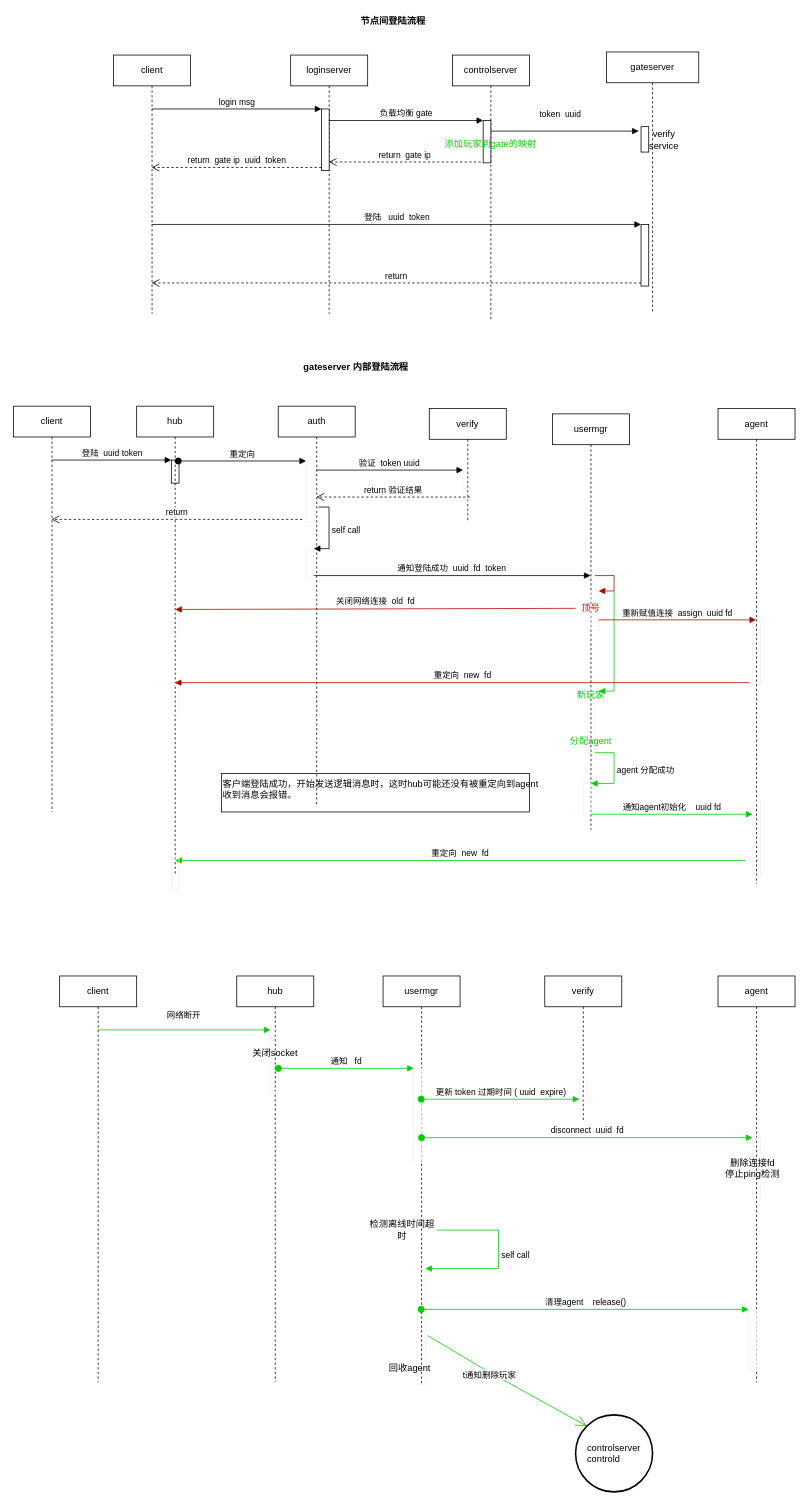
Above: page "登陆流程" (1 of 2) of skynet_server/文档/全球同服建构图.drawio in dingqinghui/network (draw.io), before the change. Source tidied: cells renumbered, new cells numbered last; positions are measured from the earlier drawing's top-left corner, leaving out a move shared by most shapes. Both pictures are drawn from the tidied source at 77%, with x=0, y=0 at pixel (13, 13).
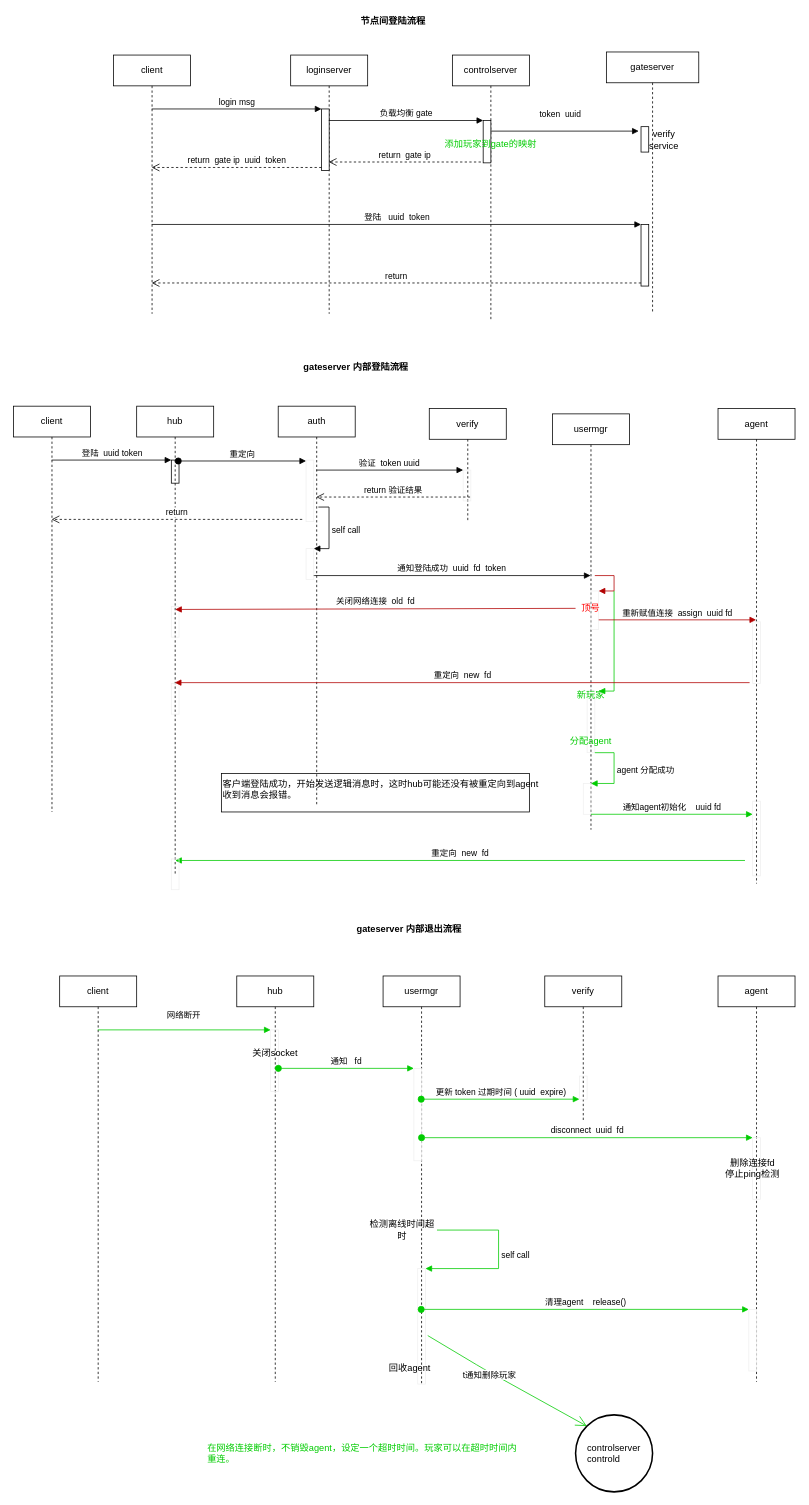
After the change.

What changed in the source:
```diff
@@
+    <mxCell id="82" value="&lt;b&gt;gateserver 内部退出流程&lt;/b&gt;" style="text;html=1;strokeColor=none;fillColor=none;align=center;verticalAlign=middle;whiteSpace=wrap;rounded=0;" parent="1" vertex="1">
+      <mxGeometry x="429" y="1180" width="170" height="20" as="geometry" />
+    </mxCell>
+    <mxCell id="83" value="在网络连接断时，不销毁agent，设定一个超时时间。玩家可以在超时时间内重连。" style="text;html=1;strokeColor=none;fillColor=none;align=left;verticalAlign=top;whiteSpace=wrap;rounded=0;fontColor=#00CC00;" parent="1" vertex="1">
+      <mxGeometry x="250" y="1850" width="410" height="50" as="geometry" />
+    </mxCell>
```
